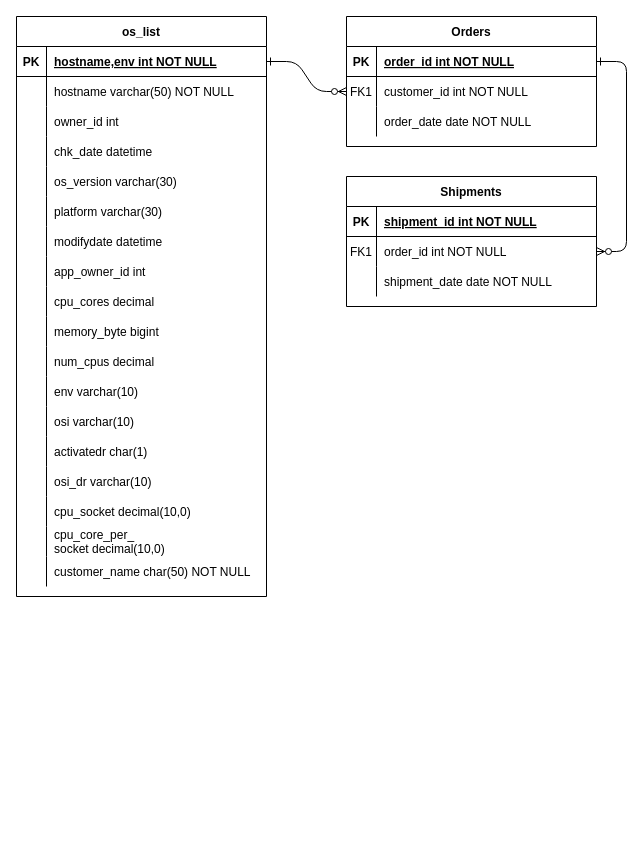
Above: diagram/dashb_er.drawio in numnimjun/diagram (draw.io), before the change. Source tidied: cells renumbered, new cells numbered last; positions are measured from the earlier drawing's top-left corner, leaving out a move shared by most shapes. Both pictures are drawn from the tidied source at 100%, with x=0, y=0 at pixel (16, 16).
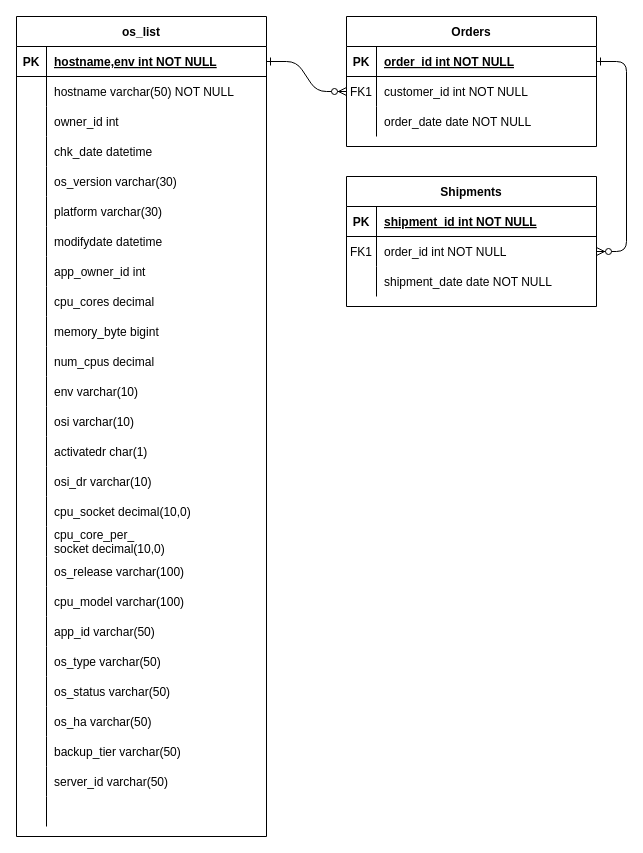
The same page after the edit.

What changed in the source:
```diff
@@
     <mxCell id="24" value="os_list" style="shape=table;startSize=30;childLayout=tableLayout;rowLines=0;fontStyle=1;align=center;" parent="1" vertex="1">
-      <mxGeometry width="250" height="580" as="geometry" />
+      <mxGeometry width="250" height="820" as="geometry" />
     </mxCell>
@@
+    <mxCell id="79" style="shape=partialRectangle;fillColor=none;top=0;left=0;right=0;bottom=0;" parent="24" vertex="1">
+      <mxGeometry y="510" width="250" height="30" as="geometry" />
+    </mxCell>
+    <mxCell id="80" style="shape=partialRectangle;overflow=hidden;fillColor=none;top=0;left=0;bottom=0;right=0;" parent="79" vertex="1">
+      <mxGeometry width="30" height="30" as="geometry" />
+    </mxCell>
+    <mxCell id="81" value="cpu_core_per_&#10;socket decimal(10,0)" style="shape=partialRectangle;overflow=hidden;fillColor=none;top=0;left=0;bottom=0;right=0;align=left;spacingLeft=6;" parent="79" vertex="1">
+      <mxGeometry x="30" width="220" height="30" as="geometry" />
+    </mxCell>
+    <mxCell id="82" style="shape=partialRectangle;fillColor=none;top=0;left=0;right=0;bottom=0;" parent="24" vertex="1">
+      <mxGeometry y="540" width="250" height="30" as="geometry" />
+    </mxCell>
+    <mxCell id="83" style="shape=partialRectangle;overflow=hidden;fillColor=none;top=0;left=0;bottom=0;right=0;" parent="82" vertex="1">
+      <mxGeometry width="30" height="30" as="geometry" />
+    </mxCell>
+    <mxCell id="84" value="os_release varchar(100)" style="shape=partialRectangle;overflow=hidden;fillColor=none;top=0;left=0;bottom=0;right=0;align=left;spacingLeft=6;" parent="82" vertex="1">
+      <mxGeometry x="30" width="220" height="30" as="geometry" />
+    </mxCell>
+    <mxCell id="85" style="shape=partialRectangle;fillColor=none;top=0;left=0;right=0;bottom=0;" parent="24" vertex="1">
+      <mxGeometry y="570" width="250" height="30" as="geometry" />
+    </mxCell>
+    <mxCell id="86" style="shape=partialRectangle;overflow=hidden;fillColor=none;top=0;left=0;bottom=0;right=0;" parent="85" vertex="1">
+      <mxGeometry width="30" height="30" as="geometry" />
+    </mxCell>
+    <mxCell id="87" value="cpu_model varchar(100)" style="shape=partialRectangle;overflow=hidden;fillColor=none;top=0;left=0;bottom=0;right=0;align=left;spacingLeft=6;" parent="85" vertex="1">
+      <mxGeometry x="30" width="220" height="30" as="geometry" />
+    </mxCell>
+    <mxCell id="88" style="shape=partialRectangle;fillColor=none;top=0;left=0;right=0;bottom=0;" parent="24" vertex="1">
+      <mxGeometry y="600" width="250" height="30" as="geometry" />
+    </mxCell>
+    <mxCell id="89" style="shape=partialRectangle;overflow=hidden;fillColor=none;top=0;left=0;bottom=0;right=0;" parent="88" vertex="1">
+      <mxGeometry width="30" height="30" as="geometry" />
+    </mxCell>
+    <mxCell id="90" value="app_id varchar(50)" style="shape=partialRectangle;overflow=hidden;fillColor=none;top=0;left=0;bottom=0;right=0;align=left;spacingLeft=6;" parent="88" vertex="1">
+      <mxGeometry x="30" width="220" height="30" as="geometry" />
+    </mxCell>
+    <mxCell id="91" style="shape=partialRectangle;fillColor=none;top=0;left=0;right=0;bottom=0;" parent="24" vertex="1">
+      <mxGeometry y="630" width="250" height="30" as="geometry" />
+    </mxCell>
+    <mxCell id="92" style="shape=partialRectangle;overflow=hidden;fillColor=none;top=0;left=0;bottom=0;right=0;" parent="91" vertex="1">
+      <mxGeometry width="30" height="30" as="geometry" />
+    </mxCell>
+    <mxCell id="93" value="os_type varchar(50)" style="shape=partialRectangle;overflow=hidden;fillColor=none;top=0;left=0;bottom=0;right=0;align=left;spacingLeft=6;" parent="91" vertex="1">
+      <mxGeometry x="30" width="220" height="30" as="geometry" />
+    </mxCell>
+    <mxCell id="94" style="shape=partialRectangle;fillColor=none;top=0;left=0;right=0;bottom=0;" parent="24" vertex="1">
+      <mxGeometry y="660" width="250" height="30" as="geometry" />
+    </mxCell>
+    <mxCell id="95" style="shape=partialRectangle;overflow=hidden;fillColor=none;top=0;left=0;bottom=0;right=0;" parent="94" vertex="1">
+      <mxGeometry width="30" height="30" as="geometry" />
+    </mxCell>
+    <mxCell id="96" value="os_status varchar(50)" style="shape=partialRectangle;overflow=hidden;fillColor=none;top=0;left=0;bottom=0;right=0;align=left;spacingLeft=6;" parent="94" vertex="1">
+      <mxGeometry x="30" width="220" height="30" as="geometry" />
+    </mxCell>
+    <mxCell id="97" style="shape=partialRectangle;fillColor=none;top=0;left=0;right=0;bottom=0;" parent="24" vertex="1">
+      <mxGeometry y="690" width="250" height="30" as="geometry" />
+    </mxCell>
+    <mxCell id="98" style="shape=partialRectangle;overflow=hidden;fillColor=none;top=0;left=0;bottom=0;right=0;" parent="97" vertex="1">
+      <mxGeometry width="30" height="30" as="geometry" />
+    </mxCell>
+    <mxCell id="99" value="os_ha varchar(50)" style="shape=partialRectangle;overflow=hidden;fillColor=none;top=0;left=0;bottom=0;right=0;align=left;spacingLeft=6;" parent="97" vertex="1">
+      <mxGeometry x="30" width="220" height="30" as="geometry" />
+    </mxCell>
+    <mxCell id="100" style="shape=partialRectangle;fillColor=none;top=0;left=0;right=0;bottom=0;" parent="24" vertex="1">
+      <mxGeometry y="720" width="250" height="30" as="geometry" />
+    </mxCell>
+    <mxCell id="101" style="shape=partialRectangle;overflow=hidden;fillColor=none;top=0;left=0;bottom=0;right=0;" parent="100" vertex="1">
+      <mxGeometry width="30" height="30" as="geometry" />
+    </mxCell>
+    <mxCell id="102" value="backup_tier varchar(50)" style="shape=partialRectangle;overflow=hidden;fillColor=none;top=0;left=0;bottom=0;right=0;align=left;spacingLeft=6;" parent="100" vertex="1">
+      <mxGeometry x="30" width="220" height="30" as="geometry" />
+    </mxCell>
     <mxCell id="73" style="shape=partialRectangle;fillColor=none;top=0;left=0;right=0;bottom=0;" parent="24" vertex="1">
-      <mxGeometry y="510" width="250" height="30" as="geometry" />
+      <mxGeometry y="750" width="250" height="30" as="geometry" />
     </mxCell>
@@
-    <mxCell id="75" value="cpu_core_per_&#10;socket decimal(10,0)" style="shape=partialRectangle;overflow=hidden;fillColor=none;top=0;left=0;bottom=0;right=0;align=left;spacingLeft=6;" parent="73" vertex="1">
+    <mxCell id="75" value="server_id varchar(50)" style="shape=partialRectangle;overflow=hidden;fillColor=none;top=0;left=0;bottom=0;right=0;align=left;spacingLeft=6;" parent="73" vertex="1">
       <mxGeometry x="30" width="220" height="30" as="geometry" />
     </mxCell>
     <mxCell id="76" style="shape=partialRectangle;fillColor=none;top=0;left=0;right=0;bottom=0;" parent="24" vertex="1">
-      <mxGeometry y="540" width="250" height="30" as="geometry" />
+      <mxGeometry y="780" width="250" height="30" as="geometry" />
     </mxCell>
@@
-    <mxCell id="78" value="customer_name char(50) NOT NULL" style="shape=partialRectangle;overflow=hidden;fillColor=none;top=0;left=0;bottom=0;right=0;align=left;spacingLeft=6;" parent="76" vertex="1">
+    <mxCell id="78" style="shape=partialRectangle;overflow=hidden;fillColor=none;top=0;left=0;bottom=0;right=0;align=left;spacingLeft=6;" parent="76" vertex="1">
       <mxGeometry x="30" width="220" height="30" as="geometry" />
     </mxCell>
```
